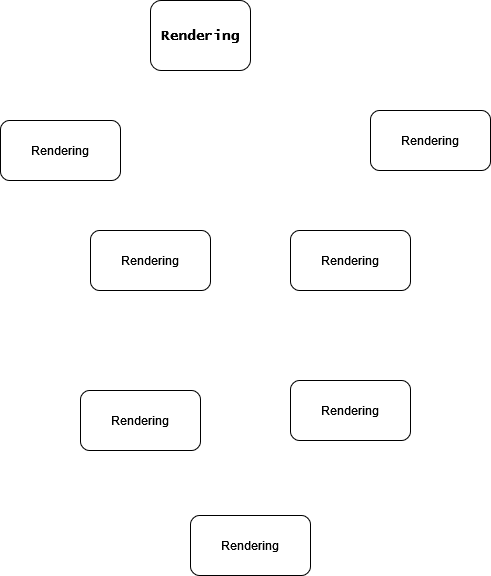
Above: nextjs-inanutshell.png in ikhsannh/ikhsannh.com (draw.io), before the change. Source tidied: cells renumbered, new cells last; positions are measured from the earlier drawing's top-left corner, leaving out a move shared by most shapes. Source of this version:
```xml
<mxGraphModel>
  <root>
    <mxCell id="0" />
    <mxCell id="1" parent="0" />
    <mxCell id="2" value="Rendering" style="rounded=1;whiteSpace=wrap;html=1;" parent="1" vertex="1">
      <mxGeometry x="190" y="515" width="120" height="60" as="geometry" />
    </mxCell>
    <mxCell id="3" value="Rendering" style="rounded=1;whiteSpace=wrap;html=1;" parent="1" vertex="1">
      <mxGeometry x="290" y="380" width="120" height="60" as="geometry" />
    </mxCell>
    <mxCell id="4" value="Rendering" style="rounded=1;whiteSpace=wrap;html=1;" parent="1" vertex="1">
      <mxGeometry x="80" y="390" width="120" height="60" as="geometry" />
    </mxCell>
    <mxCell id="5" value="Rendering" style="rounded=1;whiteSpace=wrap;html=1;" parent="1" vertex="1">
      <mxGeometry x="290" y="230" width="120" height="60" as="geometry" />
    </mxCell>
    <mxCell id="6" value="Rendering" style="rounded=1;whiteSpace=wrap;html=1;" parent="1" vertex="1">
      <mxGeometry x="90" y="230" width="120" height="60" as="geometry" />
    </mxCell>
    <mxCell id="7" value="&lt;b&gt;&lt;font face=&quot;Lucida Console&quot; style=&quot;font-size: 14px;&quot;&gt;Rendering&lt;/font&gt;&lt;/b&gt;" style="rounded=1;whiteSpace=wrap;html=1;" parent="1" vertex="1">
      <mxGeometry x="150" width="100" height="70" as="geometry" />
    </mxCell>
    <mxCell id="8" value="Rendering" style="rounded=1;whiteSpace=wrap;html=1;" parent="1" vertex="1">
      <mxGeometry y="120" width="120" height="60" as="geometry" />
    </mxCell>
    <mxCell id="9" value="Rendering" style="rounded=1;whiteSpace=wrap;html=1;" parent="1" vertex="1">
      <mxGeometry x="370" y="110" width="120" height="60" as="geometry" />
    </mxCell>
  </root>
</mxGraphModel>
```
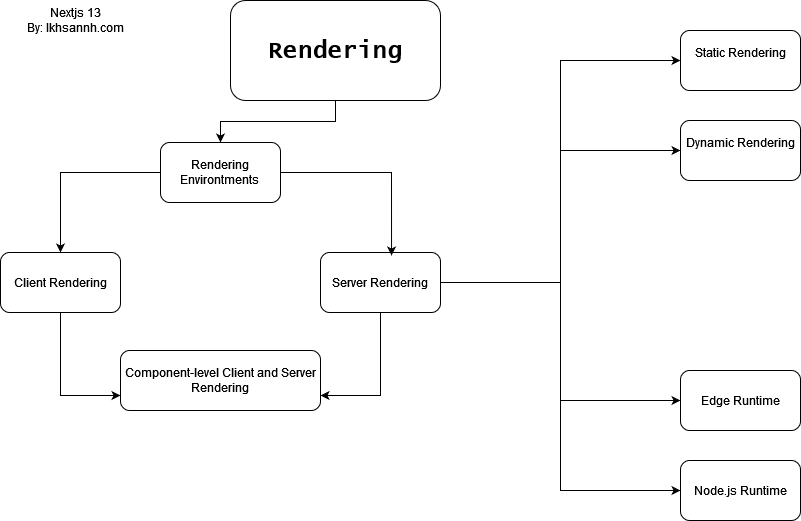
Later version of the same file.

What changed in the source:
```diff
@@ -2,29 +2,67 @@
   <root>
     <mxCell id="0" />
     <mxCell id="1" parent="0" />
-    <mxCell id="2" value="Rendering" style="rounded=1;whiteSpace=wrap;html=1;" parent="1" vertex="1">
-      <mxGeometry x="190" y="515" width="120" height="60" as="geometry" />
-    </mxCell>
-    <mxCell id="3" value="Rendering" style="rounded=1;whiteSpace=wrap;html=1;" parent="1" vertex="1">
-      <mxGeometry x="290" y="380" width="120" height="60" as="geometry" />
+    <mxCell id="3" value="Node.js Runtime" style="rounded=1;whiteSpace=wrap;html=1;" parent="1" vertex="1">
+      <mxGeometry x="500" y="430" width="120" height="60" as="geometry" />
     </mxCell>
-    <mxCell id="4" value="Rendering" style="rounded=1;whiteSpace=wrap;html=1;" parent="1" vertex="1">
-      <mxGeometry x="80" y="390" width="120" height="60" as="geometry" />
+    <mxCell id="4" value="&lt;div&gt;Static Rendering&lt;/div&gt;&lt;div&gt;&lt;br&gt;&lt;/div&gt;" style="rounded=1;whiteSpace=wrap;html=1;" parent="1" vertex="1">
+      <mxGeometry x="500" width="120" height="60" as="geometry" />
     </mxCell>
-    <mxCell id="5" value="Rendering" style="rounded=1;whiteSpace=wrap;html=1;" parent="1" vertex="1">
-      <mxGeometry x="290" y="230" width="120" height="60" as="geometry" />
-    </mxCell>
+    <mxCell id="10" style="edgeStyle=orthogonalEdgeStyle;rounded=0;jettySize=auto;html=1;entryX=0;entryY=0.5;entryDx=0;entryDy=0;" parent="1" edge="1" source="6" target="4">
+      <mxGeometry relative="1" as="geometry">
+        <Array as="points">
+          <mxPoint x="380" y="252" />
+          <mxPoint x="380" y="30" />
+        </Array>
+      </mxGeometry>
+    </mxCell>
+    <mxCell id="11" style="edgeStyle=orthogonalEdgeStyle;rounded=0;jettySize=auto;html=1;entryX=0;entryY=0.5;entryDx=0;entryDy=0;" parent="1" edge="1" source="6" target="21">
+      <mxGeometry relative="1" as="geometry" />
+    </mxCell>
+    <mxCell id="12" style="edgeStyle=orthogonalEdgeStyle;rounded=0;jettySize=auto;html=1;entryX=0;entryY=0.5;entryDx=0;entryDy=0;" parent="1" edge="1" source="6" target="3">
+      <mxGeometry relative="1" as="geometry" />
+    </mxCell>
+    <mxCell id="13" style="edgeStyle=orthogonalEdgeStyle;rounded=0;jettySize=auto;html=1;entryX=0;entryY=0.5;entryDx=0;entryDy=0;" parent="1" edge="1" source="6" target="20">
+      <mxGeometry relative="1" as="geometry" />
+    </mxCell>
+    <mxCell id="14" style="edgeStyle=orthogonalEdgeStyle;rounded=0;jettySize=auto;html=1;entryX=1;entryY=0.75;entryDx=0;entryDy=0;" parent="1" edge="1" source="6" target="9">
+      <mxGeometry relative="1" as="geometry" />
+    </mxCell>
-    <mxCell id="6" value="Rendering" style="rounded=1;whiteSpace=wrap;html=1;" parent="1" vertex="1">
-      <mxGeometry x="90" y="230" width="120" height="60" as="geometry" />
+    <mxCell id="6" value="Server Rendering" style="rounded=1;whiteSpace=wrap;html=1;" parent="1" vertex="1">
+      <mxGeometry x="140" y="222" width="120" height="60" as="geometry" />
     </mxCell>
+    <mxCell id="15" style="edgeStyle=orthogonalEdgeStyle;rounded=0;jettySize=auto;html=1;entryX=0.5;entryY=0;entryDx=0;entryDy=0;" parent="1" edge="1" source="7" target="8">
+      <mxGeometry relative="1" as="geometry" />
+    </mxCell>
-    <mxCell id="7" value="&lt;b&gt;&lt;font face=&quot;Lucida Console&quot; style=&quot;font-size: 14px;&quot;&gt;Rendering&lt;/font&gt;&lt;/b&gt;" style="rounded=1;whiteSpace=wrap;html=1;" parent="1" vertex="1">
-      <mxGeometry x="150" width="100" height="70" as="geometry" />
+    <mxCell id="7" value="&lt;font style=&quot;font-size: 24px;&quot;&gt;&lt;b&gt;&lt;font face=&quot;Lucida Console&quot;&gt;Rendering&lt;/font&gt;&lt;/b&gt;&lt;/font&gt;" style="rounded=1;whiteSpace=wrap;html=1;" parent="1" vertex="1">
+      <mxGeometry x="50" y="-30" width="210" height="100" as="geometry" />
     </mxCell>
+    <mxCell id="16" style="edgeStyle=orthogonalEdgeStyle;rounded=0;jettySize=auto;html=1;" parent="1" edge="1" source="8" target="19">
+      <mxGeometry relative="1" as="geometry" />
+    </mxCell>
+    <mxCell id="17" style="edgeStyle=orthogonalEdgeStyle;rounded=0;jettySize=auto;html=1;entryX=0.592;entryY=0.05;entryDx=0;entryDy=0;entryPerimeter=0;" parent="1" edge="1" source="8" target="6">
+      <mxGeometry relative="1" as="geometry" />
+    </mxCell>
-    <mxCell id="8" value="Rendering" style="rounded=1;whiteSpace=wrap;html=1;" parent="1" vertex="1">
-      <mxGeometry y="120" width="120" height="60" as="geometry" />
+    <mxCell id="8" value="&lt;div&gt;Rendering &lt;br&gt;&lt;/div&gt;&lt;div&gt;Environtments&lt;br&gt;&lt;/div&gt;" style="rounded=1;whiteSpace=wrap;html=1;" parent="1" vertex="1">
+      <mxGeometry x="-20" y="112" width="120" height="60" as="geometry" />
     </mxCell>
-    <mxCell id="9" value="Rendering" style="rounded=1;whiteSpace=wrap;html=1;" parent="1" vertex="1">
-      <mxGeometry x="370" y="110" width="120" height="60" as="geometry" />
+    <mxCell id="9" value="Component-level Client and Server Rendering" style="rounded=1;whiteSpace=wrap;html=1;" parent="1" vertex="1">
+      <mxGeometry x="-60" y="320" width="200" height="60" as="geometry" />
     </mxCell>
+    <mxCell id="18" style="edgeStyle=orthogonalEdgeStyle;rounded=0;jettySize=auto;html=1;entryX=0;entryY=0.75;entryDx=0;entryDy=0;" parent="1" edge="1" source="19" target="9">
+      <mxGeometry relative="1" as="geometry" />
+    </mxCell>
+    <mxCell id="19" value="Client Rendering" style="rounded=1;whiteSpace=wrap;html=1;" parent="1" vertex="1">
+      <mxGeometry x="-180" y="222" width="120" height="60" as="geometry" />
+    </mxCell>
+    <mxCell id="20" value="&lt;div&gt;Dynamic Rendering&lt;/div&gt;&lt;div&gt;&lt;br&gt;&lt;/div&gt;" style="rounded=1;whiteSpace=wrap;html=1;" parent="1" vertex="1">
+      <mxGeometry x="500" y="90" width="120" height="60" as="geometry" />
+    </mxCell>
+    <mxCell id="21" value="Edge Runtime" style="rounded=1;whiteSpace=wrap;html=1;" parent="1" vertex="1">
+      <mxGeometry x="500" y="340" width="120" height="60" as="geometry" />
+    </mxCell>
+    <mxCell id="22" value="&lt;div&gt;Nextjs 13&lt;/div&gt;&lt;div&gt;By: Ikhsannh.com&lt;br&gt;&lt;/div&gt;" style="text;html=1;align=center;verticalAlign=middle;strokeColor=none;fillColor=none;" parent="1" vertex="1">
+      <mxGeometry x="-170" y="-30" width="130" height="40" as="geometry" />
+    </mxCell>
   </root>
 </mxGraphModel>
```
